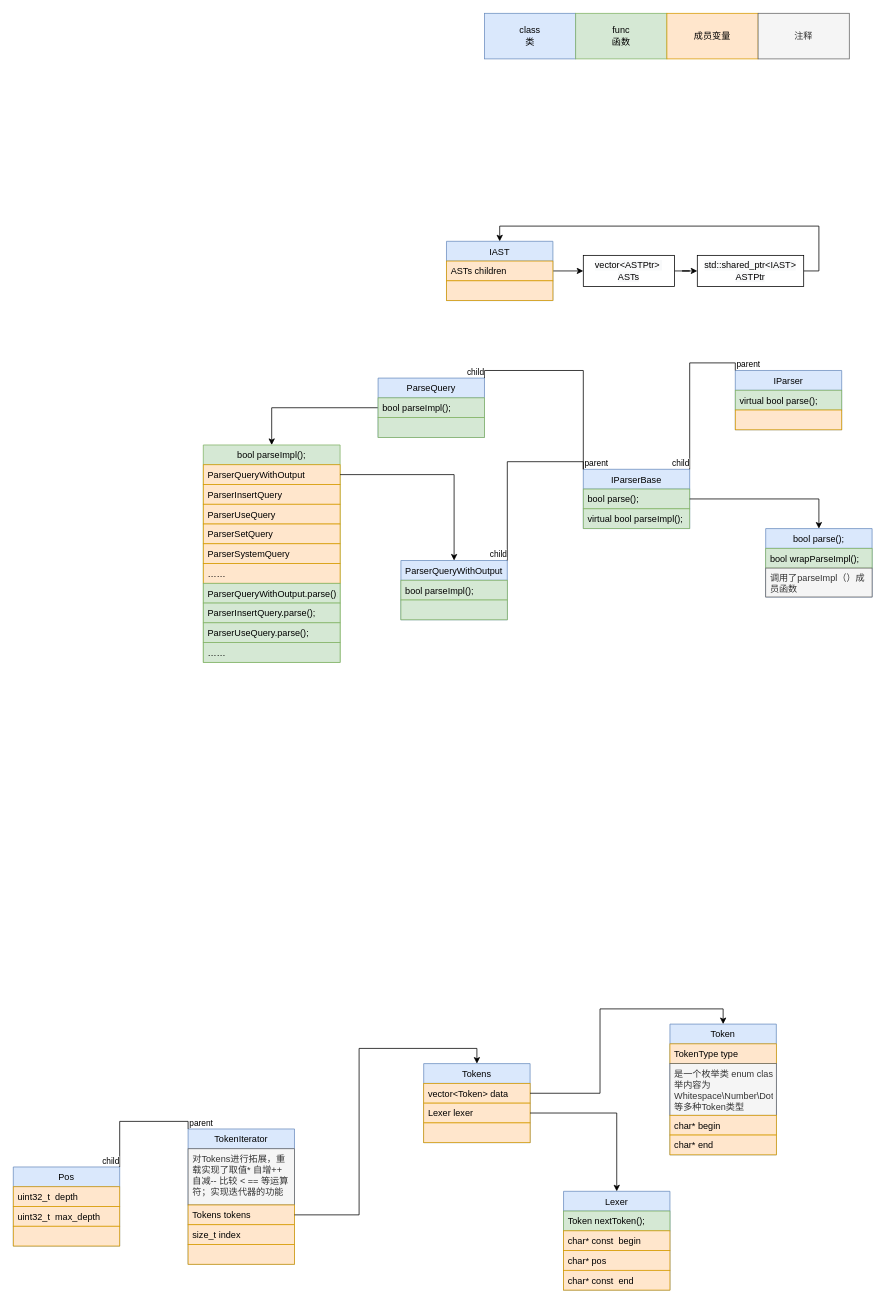
Earlier version of the draw.io diagram ClickHouse/AST-Parser.drawio (NeXT726/drawIO-ClickHouse). Source tidied: cells renumbered, new cells numbered last; positions are measured from the earlier drawing's top-left corner, leaving out a move shared by most shapes. Both pictures are drawn from the tidied source at 76%, with x=0, y=0 at pixel (13, 13).
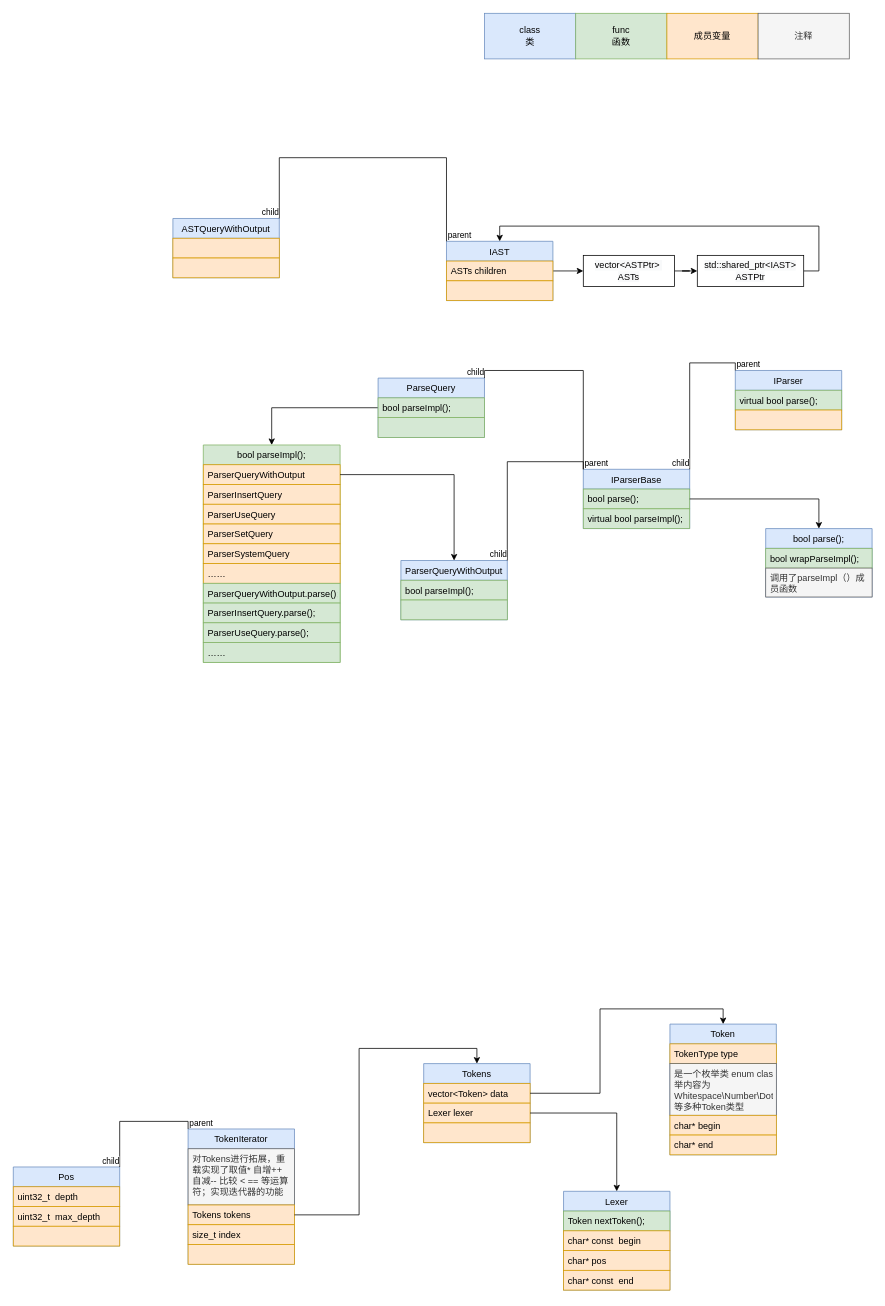
Above is the later version.

Unchanged cells that the change refers to:
```xml
<mxCell id="33" value="IAST" style="swimlane;fontStyle=0;horizontal=1;startSize=26;fillColor=#dae8fc;strokeColor=#6c8ebf;" parent="1" vertex="1">
  <mxGeometry x="570" y="300" width="140" height="78" as="geometry" />
</mxCell>
```

Change to the diagram source:
```diff
@@
+    <mxCell id="81" value="ASTQueryWithOutput" style="swimlane;fontStyle=0;horizontal=1;startSize=26;fillColor=#dae8fc;strokeColor=#6c8ebf;" parent="1" vertex="1">
+      <mxGeometry x="210" y="270" width="140" height="78" as="geometry" />
+    </mxCell>
+    <mxCell id="82" style="text;strokeColor=#d79b00;fillColor=#ffe6cc;align=left;verticalAlign=top;spacingLeft=4;spacingRight=4;overflow=hidden;" parent="81" vertex="1">
+      <mxGeometry y="26" width="140" height="26" as="geometry" />
+    </mxCell>
+    <mxCell id="83" style="text;strokeColor=#d79b00;fillColor=#ffe6cc;align=left;verticalAlign=top;spacingLeft=4;spacingRight=4;overflow=hidden;" parent="81" vertex="1">
+      <mxGeometry y="52" width="140" height="26" as="geometry" />
+    </mxCell>
+    <mxCell id="84" style="endArrow=none;html=1;edgeStyle=orthogonalEdgeStyle;rounded=0;exitX=0;exitY=0;exitDx=0;exitDy=0;entryX=1;entryY=0;entryDx=0;entryDy=0;" parent="1" edge="1" source="33" target="81">
+      <mxGeometry relative="1" as="geometry">
+        <Array as="points">
+          <mxPoint x="570" y="190" />
+          <mxPoint x="350" y="190" />
+        </Array>
+      </mxGeometry>
+    </mxCell>
+    <mxCell id="85" value="parent" style="edgeLabel;html=1;align=left;verticalAlign=bottom;" parent="84" vertex="1">
+      <mxGeometry x="-1" relative="1" as="geometry" />
+    </mxCell>
+    <mxCell id="86" value="child" style="edgeLabel;html=1;align=right;verticalAlign=bottom;" parent="84" vertex="1">
+      <mxGeometry x="1" relative="1" as="geometry" />
+    </mxCell>
```
